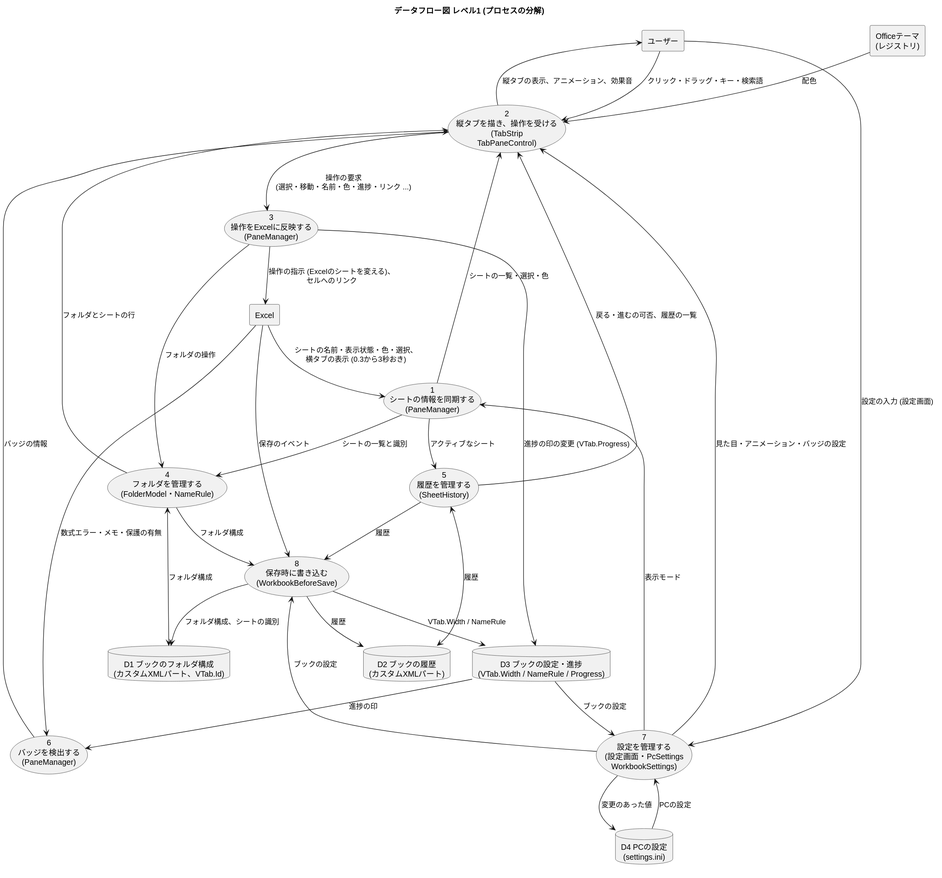
The PlantUML diagram docs/dfd-level1.svg in nk-taka623/VerticalSheetTabs, before a commit. Its diagram source:
```plantuml
@startuml
title データフロー図 レベル1 (プロセスの分解)
top to bottom direction
skinparam shadowing false
skinparam defaultTextAlignment center
skinparam nodesep 40
skinparam ranksep 70

rectangle "ユーザー" as U
rectangle "Excel" as XL
rectangle "Officeテーマ\n(レジストリ)" as THEME

usecase "1\nシートの情報を同期する\n(PaneManager)" as P1
usecase "2\n縦タブを描き、操作を受ける\n(TabStrip\nTabPaneControl)" as P2
usecase "3\n操作をExcelに反映する\n(PaneManager)" as P3
usecase "4\nフォルダを管理する\n(FolderModel・NameRule)" as P4
usecase "5\n履歴を管理する\n(SheetHistory)" as P5
usecase "6\nバッジを検出する\n(PaneManager)" as P6
usecase "7\n設定を管理する\n(設定画面・PcSettings\nWorkbookSettings)" as P7
usecase "8\n保存時に書き込む\n(WorkbookBeforeSave)" as P8

database "D1 ブックのフォルダ構成\n(カスタムXMLパート、VTab.Id)" as D1
database "D2 ブックの履歴\n(カスタムXMLパート)" as D2
database "D3 ブックの設定・進捗\n(VTab.Width / NameRule / Progress)" as D3
database "D4 PCの設定\n(settings.ini)" as D4

XL --> P1 : シートの名前・表示状態・色・選択、\n横タブの表示 (0.3から3秒おき)
P1 --> P4 : シートの一覧と識別
P1 --> P5 : アクティブなシート
P1 --> P2 : シートの一覧・選択・色

THEME --> P2 : 配色
U --> P2 : クリック・ドラッグ・キー・検索語
P2 --> U : 縦タブの表示、アニメーション、効果音
P4 --> P2 : フォルダとシートの行
P5 --> P2 : 戻る・進むの可否、履歴の一覧
P6 --> P2 : バッジの情報
P7 --> P2 : 見た目・アニメーション・バッジの設定

P2 --> P3 : 操作の要求\n(選択・移動・名前・色・進捗・リンク ...)
P3 --> XL : 操作の指示 (Excelのシートを変える)、\nセルへのリンク
P3 --> P4 : フォルダの操作
P3 --> D3 : 進捗の印の変更 (VTab.Progress)

P4 <--> D1 : フォルダ構成
P5 <--> D2 : 履歴
XL --> P6 : 数式エラー・メモ・保護の有無
D3 --> P6 : 進捗の印

U --> P7 : 設定の入力 (設定画面)
D4 --> P7 : PCの設定
P7 --> D4 : 変更のあった値
D3 --> P7 : ブックの設定
P7 --> P1 : 表示モード

XL --> P8 : 保存のイベント
P4 --> P8 : フォルダ構成
P5 --> P8 : 履歴
P7 --> P8 : ブックの設定
P8 --> D1 : フォルダ構成、シートの識別
P8 --> D2 : 履歴
P8 --> D3 : VTab.Width / NameRule
@enduml
```
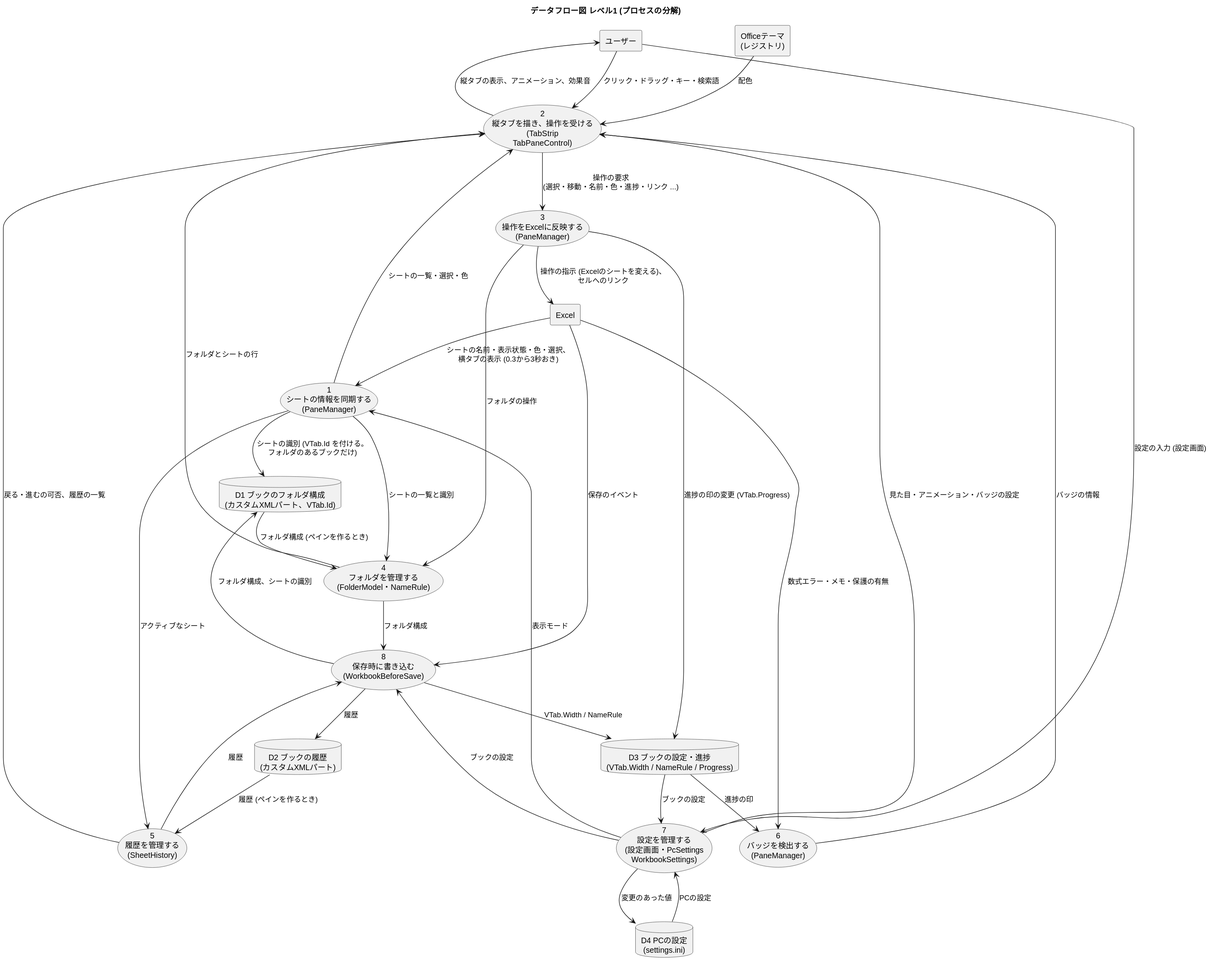
Above is the later version.

Change to the diagram source:
```diff
@@ -42,8 +42,9 @@
 P3 --> P4 : フォルダの操作
 P3 --> D3 : 進捗の印の変更 (VTab.Progress)
 
-P4 <--> D1 : フォルダ構成
-P5 <--> D2 : 履歴
+D1 --> P4 : フォルダ構成 (ペインを作るとき)
+D2 --> P5 : 履歴 (ペインを作るとき)
+P1 --> D1 : シートの識別 (VTab.Id を付ける。\nフォルダのあるブックだけ)
 XL --> P6 : 数式エラー・メモ・保護の有無
 D3 --> P6 : 進捗の印
 
```
